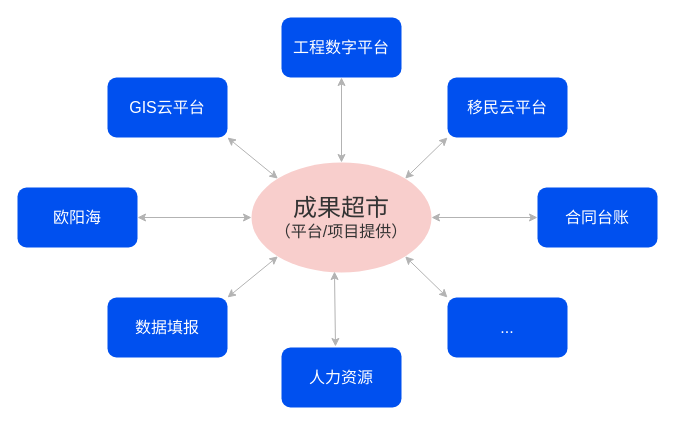
Earlier version of the draw.io diagram 低代码——成果超市.drawio (tangyaosimida/love). Source tidied: cells renumbered, new cells numbered last; positions are measured from the earlier drawing's top-left corner, leaving out a move shared by most shapes. Both pictures are drawn from the tidied source at 100%, with x=0, y=0 at pixel (17, 17).
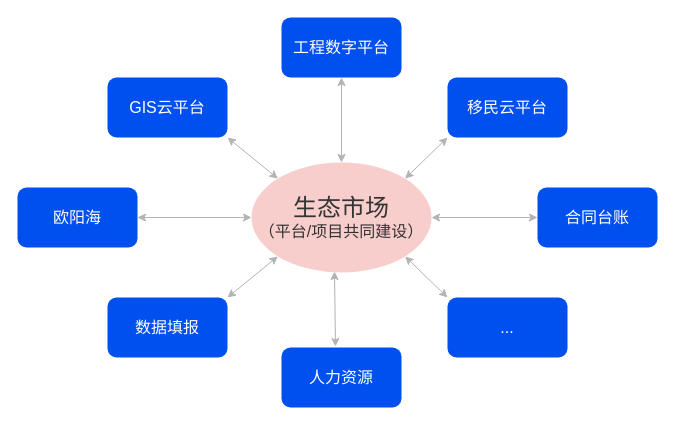
After the change.

Commit message:
更新低代码——成果超市.drawio

What changed in the source:
```diff
@@
 <mxGraphModel>
   <root>
     <mxCell id="0" />
     <mxCell id="1" parent="0" />
     <mxCell id="2" value="工程数字平台" style="rounded=1;whiteSpace=wrap;html=1;fontSize=16;fillColor=#0050ef;strokeColor=none;fontColor=#ffffff;" parent="1" vertex="1">
       <mxGeometry x="264" width="120" height="60" as="geometry" />
     </mxCell>
     <mxCell id="3" value="GIS云平台" style="rounded=1;whiteSpace=wrap;html=1;fontSize=16;fillColor=#0050ef;fontColor=#ffffff;strokeColor=none;" parent="1" vertex="1">
       <mxGeometry x="90" y="60" width="120" height="60" as="geometry" />
     </mxCell>
     <mxCell id="4" value="移民云平台" style="rounded=1;whiteSpace=wrap;html=1;fontSize=16;fillColor=#0050ef;strokeColor=none;fontColor=#ffffff;" parent="1" vertex="1">
       <mxGeometry x="430" y="60" width="120" height="60" as="geometry" />
     </mxCell>
     <mxCell id="5" value="欧阳海" style="rounded=1;whiteSpace=wrap;html=1;fontSize=16;fillColor=#0050ef;strokeColor=none;fontColor=#ffffff;" parent="1" vertex="1">
       <mxGeometry y="170" width="120" height="60" as="geometry" />
     </mxCell>
     <mxCell id="6" value="合同台账" style="rounded=1;whiteSpace=wrap;html=1;fontSize=16;fillColor=#0050ef;strokeColor=none;fontColor=#ffffff;" parent="1" vertex="1">
       <mxGeometry x="520" y="170" width="120" height="60" as="geometry" />
     </mxCell>
     <mxCell id="7" value="数据填报" style="rounded=1;whiteSpace=wrap;html=1;fontSize=16;fillColor=#0050ef;strokeColor=none;fontColor=#ffffff;" parent="1" vertex="1">
       <mxGeometry x="90" y="280" width="120" height="60" as="geometry" />
     </mxCell>
     <mxCell id="8" value="..." style="rounded=1;whiteSpace=wrap;html=1;fontSize=16;fillColor=#0050ef;strokeColor=none;fontColor=#ffffff;" parent="1" vertex="1">
       <mxGeometry x="430" y="280" width="120" height="60" as="geometry" />
     </mxCell>
     <mxCell id="9" value="人力资源" style="rounded=1;whiteSpace=wrap;html=1;fontSize=16;fillColor=#0050ef;strokeColor=none;fontColor=#ffffff;" parent="1" vertex="1">
       <mxGeometry x="264" y="330" width="120" height="60" as="geometry" />
     </mxCell>
-    <mxCell id="10" value="&lt;font color=&quot;#333333&quot; style=&quot;font-size: 24px;&quot;&gt;成果超市&lt;/font&gt;&lt;div&gt;&lt;font color=&quot;#333333&quot; size=&quot;3&quot;&gt;（平台/项目提供）&lt;/font&gt;&lt;/div&gt;" style="ellipse;whiteSpace=wrap;html=1;fillColor=#f8cecc;strokeColor=none;" parent="1" vertex="1">
+    <mxCell id="10" value="&lt;font color=&quot;#333333&quot; style=&quot;font-size: 24px;&quot;&gt;生态市场&lt;/font&gt;&lt;div&gt;&lt;font color=&quot;#333333&quot; size=&quot;3&quot;&gt;（平台/项目共同建设）&lt;/font&gt;&lt;/div&gt;" style="ellipse;whiteSpace=wrap;html=1;fillColor=#f8cecc;strokeColor=none;" parent="1" vertex="1">
       <mxGeometry x="234" y="145" width="180" height="110" as="geometry" />
     </mxCell>
     <mxCell id="11" style="endArrow=classic;startArrow=classic;html=1;rounded=0;exitX=0.5;exitY=0;exitDx=0;exitDy=0;fillColor=#1ba1e2;strokeColor=#B3B3B3;" parent="1" edge="1" source="10" target="2">
       <mxGeometry relative="1" as="geometry" />
     </mxCell>
     <mxCell id="12" style="endArrow=classic;startArrow=classic;html=1;rounded=0;entryX=0;entryY=1;entryDx=0;entryDy=0;exitX=1;exitY=0;exitDx=0;exitDy=0;fillColor=#1ba1e2;strokeColor=#B3B3B3;" parent="1" edge="1" source="10" target="4">
       <mxGeometry relative="1" as="geometry" />
     </mxCell>
     <mxCell id="13" style="endArrow=classic;startArrow=classic;html=1;rounded=0;exitX=1;exitY=0.5;exitDx=0;exitDy=0;entryX=0;entryY=0.5;entryDx=0;entryDy=0;fillColor=#1ba1e2;strokeColor=#B3B3B3;" parent="1" edge="1" source="10" target="6">
       <mxGeometry relative="1" as="geometry" />
     </mxCell>
     <mxCell id="14" style="endArrow=classic;startArrow=classic;html=1;rounded=0;exitX=1;exitY=1;exitDx=0;exitDy=0;entryX=0;entryY=0;entryDx=0;entryDy=0;fillColor=#1ba1e2;strokeColor=#B3B3B3;" parent="1" edge="1" source="10" target="8">
       <mxGeometry relative="1" as="geometry" />
     </mxCell>
     <mxCell id="15" style="endArrow=classic;startArrow=classic;html=1;rounded=0;exitX=0;exitY=0;exitDx=0;exitDy=0;entryX=1;entryY=1;entryDx=0;entryDy=0;fillColor=#1ba1e2;strokeColor=#B3B3B3;" parent="1" edge="1" source="10" target="3">
       <mxGeometry relative="1" as="geometry" />
     </mxCell>
     <mxCell id="16" style="endArrow=classic;startArrow=classic;html=1;rounded=0;exitX=0;exitY=0.5;exitDx=0;exitDy=0;entryX=1;entryY=0.5;entryDx=0;entryDy=0;fillColor=#1ba1e2;strokeColor=#B3B3B3;" parent="1" edge="1" source="10" target="5">
       <mxGeometry relative="1" as="geometry" />
     </mxCell>
     <mxCell id="17" style="endArrow=classic;startArrow=classic;html=1;rounded=0;exitX=0;exitY=1;exitDx=0;exitDy=0;entryX=1;entryY=0;entryDx=0;entryDy=0;fillColor=#1ba1e2;strokeColor=#B3B3B3;" parent="1" edge="1" source="10" target="7">
       <mxGeometry relative="1" as="geometry" />
     </mxCell>
     <mxCell id="18" style="endArrow=classic;startArrow=classic;html=1;rounded=0;exitX=0.461;exitY=0.991;exitDx=0;exitDy=0;entryX=0.45;entryY=-0.017;entryDx=0;entryDy=0;exitPerimeter=0;entryPerimeter=0;fillColor=#1ba1e2;strokeColor=#B3B3B3;" parent="1" edge="1" source="10" target="9">
       <mxGeometry relative="1" as="geometry" />
     </mxCell>
   </root>
 </mxGraphModel>
```
